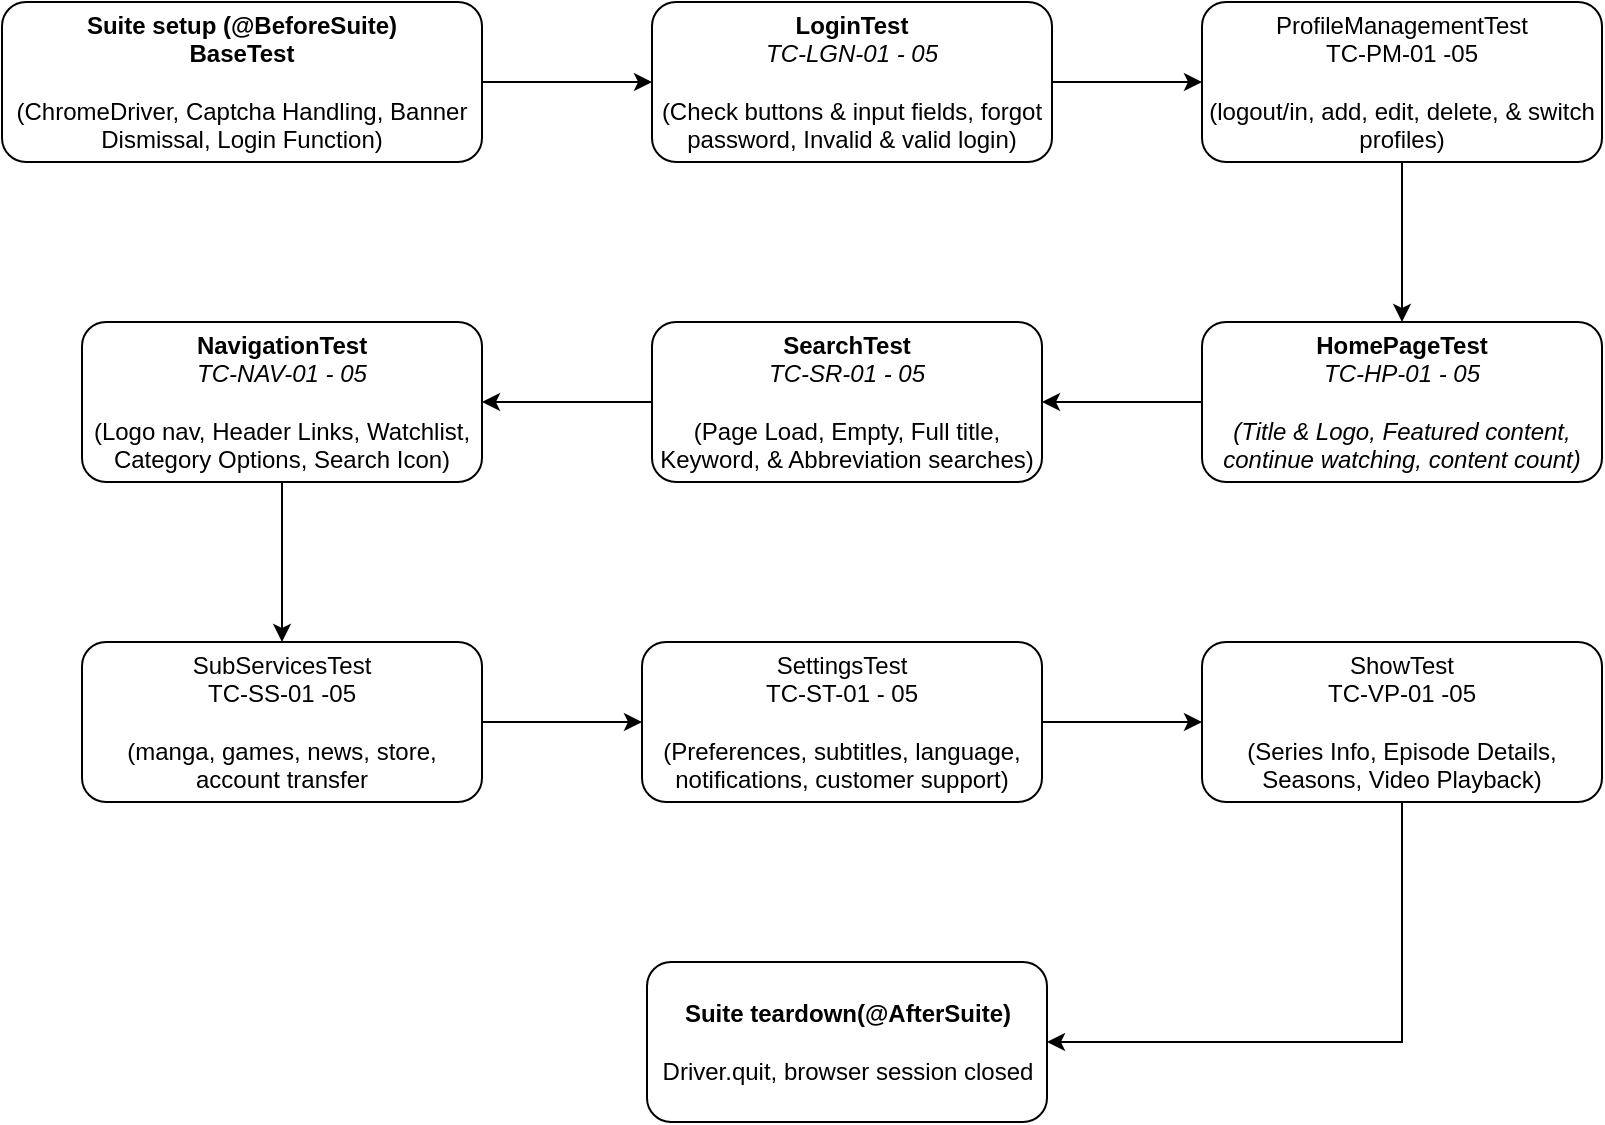
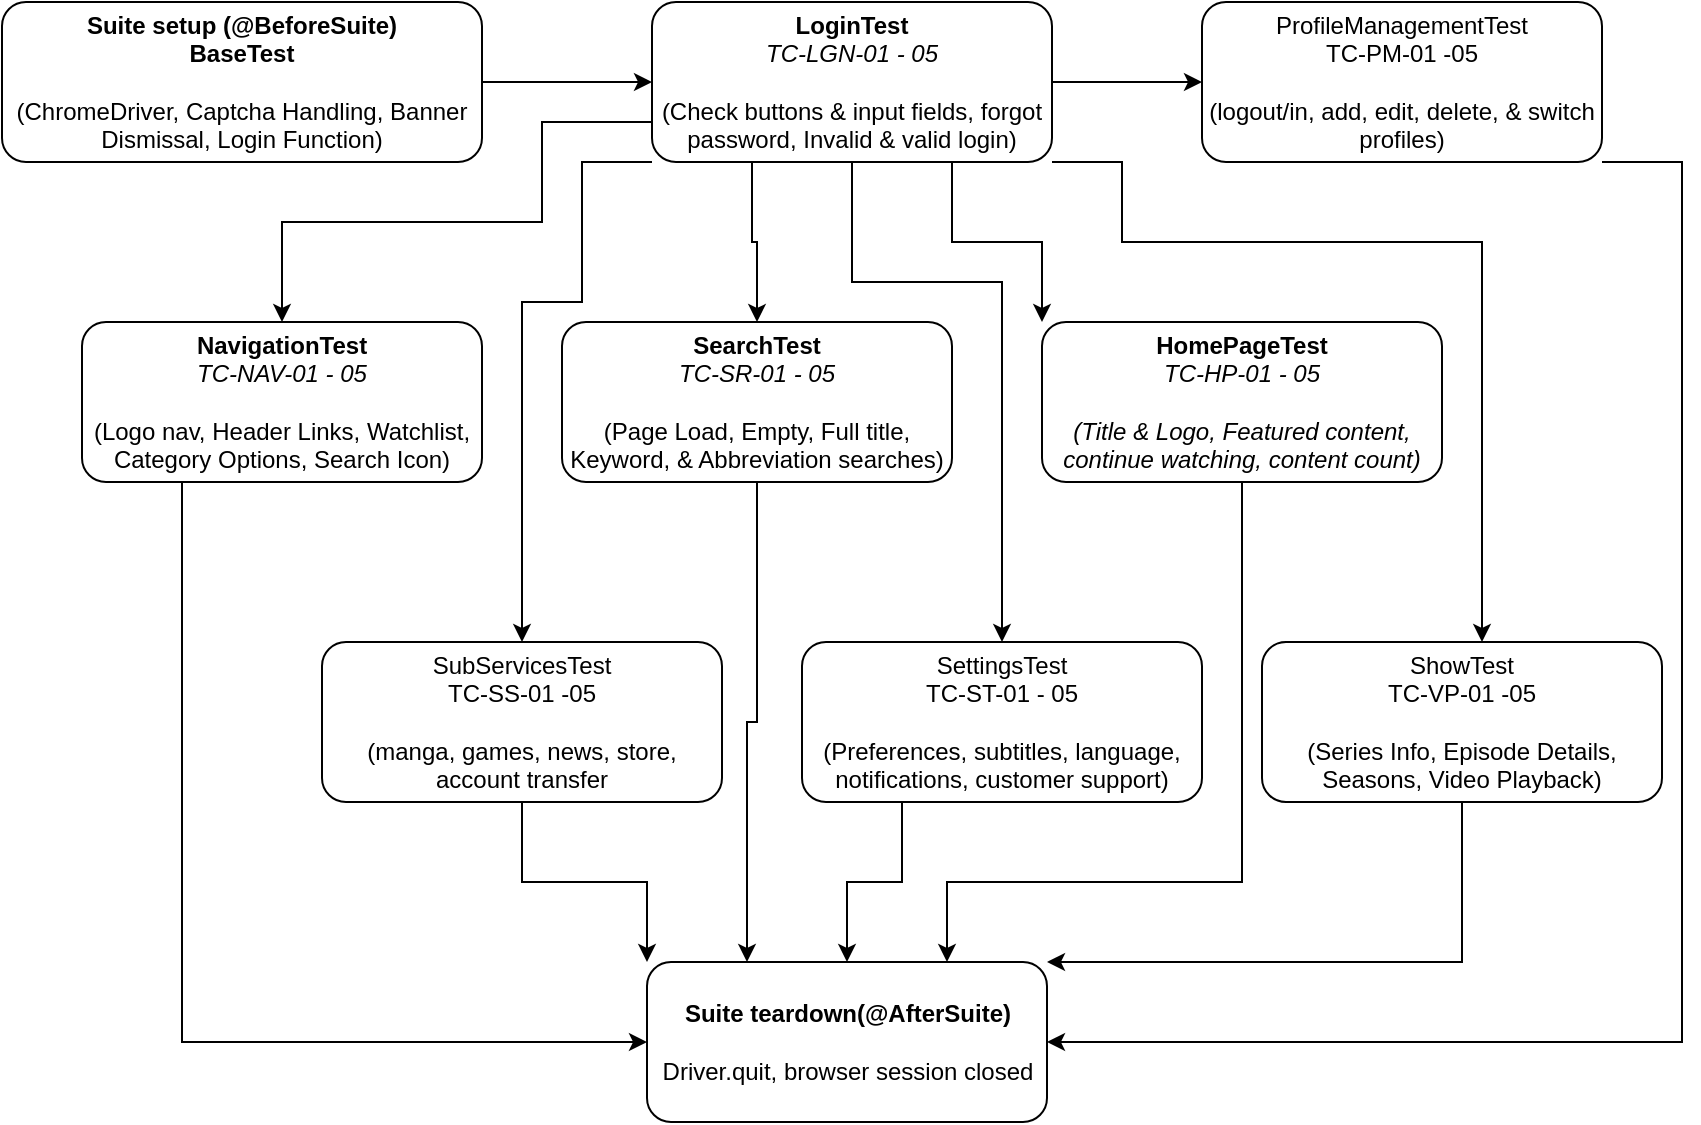
- ﻿<mxfile host="drawio-plugin" modified="2026-04-14T19:24:07.063Z" agent="Mozilla/5.0 (Windows NT 10.0; Win64; x64) AppleWebKit/537.36 (KHTML, like Gecko) Chrome/137.0.0.0 Safari/537.36" version="22.1.22" etag="rN7dX79DTuY-aH660Ls6" type="embed">
+ ﻿<mxfile host="drawio-plugin" modified="2026-04-18T14:48:27.896Z" agent="Mozilla/5.0 (Windows NT 10.0; Win64; x64) AppleWebKit/537.36 (KHTML, like Gecko) Chrome/137.0.0.0 Safari/537.36" etag="m7HiC4UbxnPUmxk0moRc" version="22.1.22" type="embed">
  <diagram id="prTf15WLXlH1mXH-APrN" name="Page-1">
-     <mxGraphModel dx="882" dy="718" grid="1" gridSize="10" guides="1" tooltips="1" connect="1" arrows="1" fold="1" page="1" pageScale="1" pageWidth="850" pageHeight="1100" math="0" shadow="0">
+     <mxGraphModel dx="1194" dy="628" grid="1" gridSize="10" guides="1" tooltips="1" connect="1" arrows="1" fold="1" page="1" pageScale="1" pageWidth="850" pageHeight="1100" math="0" shadow="0">
      <root>
        <mxCell id="0" />
        <mxCell id="1" parent="0" />
-         <mxCell id="8" style="edgeStyle=orthogonalEdgeStyle;rounded=0;orthogonalLoop=1;jettySize=auto;html=1;exitX=1;exitY=0.5;exitDx=0;exitDy=0;" edge="1" parent="1" source="3" target="4">
+         <mxCell id="8" style="edgeStyle=orthogonalEdgeStyle;rounded=0;orthogonalLoop=1;jettySize=auto;html=1;exitX=1;exitY=0.5;exitDx=0;exitDy=0;" parent="1" source="3" target="4" edge="1">
          <mxGeometry relative="1" as="geometry" />
        </mxCell>
-         <mxCell id="3" value="&lt;b&gt;Suite setup (@BeforeSuite)&lt;br&gt;BaseTest&lt;/b&gt;&lt;br&gt;&lt;br&gt;(ChromeDriver, Captcha Handling, Banner Dismissal, Login Function)" style="rounded=1;whiteSpace=wrap;html=1;" vertex="1" parent="1">
+         <mxCell id="3" value="&lt;b&gt;Suite setup (@BeforeSuite)&lt;br&gt;BaseTest&lt;/b&gt;&lt;br&gt;&lt;br&gt;(ChromeDriver, Captcha Handling, Banner Dismissal, Login Function)" style="rounded=1;whiteSpace=wrap;html=1;" parent="1" vertex="1">
          <mxGeometry y="40" width="240" height="80" as="geometry" />
        </mxCell>
-         <mxCell id="20" style="edgeStyle=orthogonalEdgeStyle;rounded=0;orthogonalLoop=1;jettySize=auto;html=1;exitX=1;exitY=0.5;exitDx=0;exitDy=0;" edge="1" parent="1" source="4" target="18">
+         <mxCell id="31" style="edgeStyle=orthogonalEdgeStyle;rounded=0;orthogonalLoop=1;jettySize=auto;html=1;exitX=0;exitY=0.75;exitDx=0;exitDy=0;entryX=0.5;entryY=0;entryDx=0;entryDy=0;" parent="1" source="4" target="6" edge="1">
+           <mxGeometry relative="1" as="geometry">
+             <Array as="points">
+               <mxPoint x="270" y="100" />
+               <mxPoint x="270" y="150" />
+               <mxPoint x="140" y="150" />
+             </Array>
+           </mxGeometry>
+         </mxCell>
+         <mxCell id="32" style="edgeStyle=orthogonalEdgeStyle;rounded=0;orthogonalLoop=1;jettySize=auto;html=1;exitX=0;exitY=1;exitDx=0;exitDy=0;" parent="1" source="4" target="16" edge="1">
+           <mxGeometry relative="1" as="geometry">
+             <Array as="points">
+               <mxPoint x="290" y="120" />
+               <mxPoint x="290" y="190" />
+               <mxPoint x="260" y="190" />
+             </Array>
+           </mxGeometry>
+         </mxCell>
+         <mxCell id="33" style="edgeStyle=orthogonalEdgeStyle;rounded=0;orthogonalLoop=1;jettySize=auto;html=1;exitX=0.25;exitY=1;exitDx=0;exitDy=0;entryX=0.5;entryY=0;entryDx=0;entryDy=0;" parent="1" source="4" target="7" edge="1">
          <mxGeometry relative="1" as="geometry" />
        </mxCell>
-         <mxCell id="4" value="&lt;b&gt;LoginTest&lt;/b&gt;&lt;br&gt;&lt;i&gt;TC-LGN-01 - 05&lt;/i&gt;&lt;br&gt;&lt;br&gt;(Check buttons &amp;amp; input fields, forgot password, Invalid &amp;amp; valid login)" style="rounded=1;whiteSpace=wrap;html=1;" vertex="1" parent="1">
+         <mxCell id="39" style="edgeStyle=orthogonalEdgeStyle;rounded=0;orthogonalLoop=1;jettySize=auto;html=1;exitX=1;exitY=0.5;exitDx=0;exitDy=0;" parent="1" source="4" target="18" edge="1">
+           <mxGeometry relative="1" as="geometry" />
+         </mxCell>
+         <mxCell id="41" style="edgeStyle=orthogonalEdgeStyle;rounded=0;orthogonalLoop=1;jettySize=auto;html=1;exitX=0.5;exitY=1;exitDx=0;exitDy=0;" parent="1" source="4" target="12" edge="1">
+           <mxGeometry relative="1" as="geometry">
+             <Array as="points">
+               <mxPoint x="425" y="180" />
+               <mxPoint x="500" y="180" />
+             </Array>
+           </mxGeometry>
+         </mxCell>
+         <mxCell id="43" style="edgeStyle=orthogonalEdgeStyle;rounded=0;orthogonalLoop=1;jettySize=auto;html=1;exitX=0.75;exitY=1;exitDx=0;exitDy=0;entryX=0;entryY=0;entryDx=0;entryDy=0;" parent="1" source="4" target="5" edge="1">
+           <mxGeometry relative="1" as="geometry" />
+         </mxCell>
+         <mxCell id="44" style="edgeStyle=orthogonalEdgeStyle;rounded=0;orthogonalLoop=1;jettySize=auto;html=1;exitX=1;exitY=1;exitDx=0;exitDy=0;" parent="1" source="4" target="14" edge="1">
+           <mxGeometry relative="1" as="geometry">
+             <Array as="points">
+               <mxPoint x="560" y="120" />
+               <mxPoint x="560" y="160" />
+               <mxPoint x="740" y="160" />
+             </Array>
+           </mxGeometry>
+         </mxCell>
+         <mxCell id="4" value="&lt;b&gt;LoginTest&lt;/b&gt;&lt;br&gt;&lt;i&gt;TC-LGN-01 - 05&lt;/i&gt;&lt;br&gt;&lt;br&gt;(Check buttons &amp;amp; input fields, forgot password, Invalid &amp;amp; valid login)" style="rounded=1;whiteSpace=wrap;html=1;" parent="1" vertex="1">
          <mxGeometry x="325" y="40" width="200" height="80" as="geometry" />
        </mxCell>
-         <mxCell id="22" style="edgeStyle=orthogonalEdgeStyle;rounded=0;orthogonalLoop=1;jettySize=auto;html=1;exitX=0;exitY=0.5;exitDx=0;exitDy=0;entryX=1;entryY=0.5;entryDx=0;entryDy=0;" edge="1" parent="1" source="5" target="7">
+         <mxCell id="53" style="edgeStyle=orthogonalEdgeStyle;rounded=0;orthogonalLoop=1;jettySize=auto;html=1;exitX=0.5;exitY=1;exitDx=0;exitDy=0;entryX=0.75;entryY=0;entryDx=0;entryDy=0;" parent="1" source="5" target="19" edge="1">
+           <mxGeometry relative="1" as="geometry">
+             <Array as="points">
+               <mxPoint x="620" y="480" />
+               <mxPoint x="473" y="480" />
+             </Array>
+           </mxGeometry>
+         </mxCell>
+         <mxCell id="5" value="&lt;b&gt;HomePageTest&lt;/b&gt;&lt;br&gt;&lt;i&gt;TC-HP-01 - 05&lt;br&gt;&lt;br&gt;(Title &amp;amp; Logo, Featured content, continue watching, content count)&lt;br&gt;&lt;/i&gt;" style="rounded=1;whiteSpace=wrap;html=1;" parent="1" vertex="1">
+           <mxGeometry x="520" y="200" width="200" height="80" as="geometry" />
+         </mxCell>
+         <mxCell id="45" style="edgeStyle=orthogonalEdgeStyle;rounded=0;orthogonalLoop=1;jettySize=auto;html=1;exitX=0.25;exitY=1;exitDx=0;exitDy=0;entryX=0;entryY=0.5;entryDx=0;entryDy=0;" parent="1" source="6" target="19" edge="1">
          <mxGeometry relative="1" as="geometry" />
        </mxCell>
-         <mxCell id="5" value="&lt;b&gt;HomePageTest&lt;/b&gt;&lt;br&gt;&lt;i&gt;TC-HP-01 - 05&lt;br&gt;&lt;br&gt;(Title &amp;amp; Logo, Featured content, continue watching, content count)&lt;br&gt;&lt;/i&gt;" style="rounded=1;whiteSpace=wrap;html=1;" vertex="1" parent="1">
-           <mxGeometry x="600" y="200" width="200" height="80" as="geometry" />
+         <mxCell id="6" value="&lt;b&gt;NavigationTest&lt;/b&gt;&lt;br&gt;&lt;i&gt;TC-NAV-01 - 05&lt;br&gt;&lt;/i&gt;&lt;br&gt;(Logo nav, Header Links, Watchlist, Category Options, Search Icon)" style="rounded=1;whiteSpace=wrap;html=1;" parent="1" vertex="1">
+           <mxGeometry x="40" y="200" width="200" height="80" as="geometry" />
        </mxCell>
-         <mxCell id="25" style="edgeStyle=orthogonalEdgeStyle;rounded=0;orthogonalLoop=1;jettySize=auto;html=1;exitX=0.5;exitY=1;exitDx=0;exitDy=0;entryX=0.5;entryY=0;entryDx=0;entryDy=0;" edge="1" parent="1" source="6" target="16">
+         <mxCell id="47" style="edgeStyle=orthogonalEdgeStyle;rounded=0;orthogonalLoop=1;jettySize=auto;html=1;exitX=0.5;exitY=1;exitDx=0;exitDy=0;entryX=0.25;entryY=0;entryDx=0;entryDy=0;" parent="1" source="7" target="19" edge="1">
          <mxGeometry relative="1" as="geometry" />
        </mxCell>
-         <mxCell id="6" value="&lt;b&gt;NavigationTest&lt;/b&gt;&lt;br&gt;&lt;i&gt;TC-NAV-01 - 05&lt;br&gt;&lt;/i&gt;&lt;br&gt;(Logo nav, Header Links, Watchlist, Category Options, Search Icon)" style="rounded=1;whiteSpace=wrap;html=1;" vertex="1" parent="1">
-           <mxGeometry x="40" y="200" width="200" height="80" as="geometry" />
+         <mxCell id="7" value="&lt;b&gt;SearchTest&lt;/b&gt;&lt;br&gt;&lt;i&gt;TC-SR-01 - 05&lt;br&gt;&lt;/i&gt;&lt;br&gt;(Page Load, Empty, Full title, Keyword, &amp;amp; Abbreviation searches)" style="rounded=1;whiteSpace=wrap;html=1;" parent="1" vertex="1">
+           <mxGeometry x="280" y="200" width="195" height="80" as="geometry" />
        </mxCell>
-         <mxCell id="23" style="edgeStyle=orthogonalEdgeStyle;rounded=0;orthogonalLoop=1;jettySize=auto;html=1;exitX=0;exitY=0.5;exitDx=0;exitDy=0;entryX=1;entryY=0.5;entryDx=0;entryDy=0;" edge="1" parent="1" source="7" target="6">
+         <mxCell id="51" style="edgeStyle=orthogonalEdgeStyle;rounded=0;orthogonalLoop=1;jettySize=auto;html=1;exitX=0.25;exitY=1;exitDx=0;exitDy=0;" parent="1" source="12" target="19" edge="1">
          <mxGeometry relative="1" as="geometry" />
        </mxCell>
-         <mxCell id="7" value="&lt;b&gt;SearchTest&lt;/b&gt;&lt;br&gt;&lt;i&gt;TC-SR-01 - 05&lt;br&gt;&lt;/i&gt;&lt;br&gt;(Page Load, Empty, Full title, Keyword, &amp;amp; Abbreviation searches)" style="rounded=1;whiteSpace=wrap;html=1;" vertex="1" parent="1">
-           <mxGeometry x="325" y="200" width="195" height="80" as="geometry" />
+         <mxCell id="12" value="SettingsTest&lt;br&gt;TC-ST-01 - 05&lt;br&gt;&lt;br&gt;(Preferences, subtitles, language, notifications, customer support)" style="rounded=1;whiteSpace=wrap;html=1;" parent="1" vertex="1">
+           <mxGeometry x="400" y="360" width="200" height="80" as="geometry" />
        </mxCell>
-         <mxCell id="27" style="edgeStyle=orthogonalEdgeStyle;rounded=0;orthogonalLoop=1;jettySize=auto;html=1;exitX=1;exitY=0.5;exitDx=0;exitDy=0;entryX=0;entryY=0.5;entryDx=0;entryDy=0;" edge="1" parent="1" source="12" target="14">
+         <mxCell id="54" style="edgeStyle=orthogonalEdgeStyle;rounded=0;orthogonalLoop=1;jettySize=auto;html=1;exitX=0.5;exitY=1;exitDx=0;exitDy=0;entryX=1;entryY=0;entryDx=0;entryDy=0;" parent="1" source="14" target="19" edge="1">
+           <mxGeometry relative="1" as="geometry">
+             <Array as="points">
+               <mxPoint x="730" y="520" />
+             </Array>
+           </mxGeometry>
+         </mxCell>
+         <mxCell id="14" value="ShowTest&lt;br&gt;TC-VP-01 -05&lt;br&gt;&lt;br&gt;(Series Info, Episode Details, Seasons, Video Playback)" style="rounded=1;whiteSpace=wrap;html=1;" parent="1" vertex="1">
+           <mxGeometry x="630" y="360" width="200" height="80" as="geometry" />
+         </mxCell>
+         <mxCell id="46" style="edgeStyle=orthogonalEdgeStyle;rounded=0;orthogonalLoop=1;jettySize=auto;html=1;exitX=0.5;exitY=1;exitDx=0;exitDy=0;entryX=0;entryY=0;entryDx=0;entryDy=0;" parent="1" source="16" target="19" edge="1">
          <mxGeometry relative="1" as="geometry" />
        </mxCell>
-         <mxCell id="12" value="SettingsTest&lt;br&gt;TC-ST-01 - 05&lt;br&gt;&lt;br&gt;(Preferences, subtitles, language, notifications, customer support)" style="rounded=1;whiteSpace=wrap;html=1;" vertex="1" parent="1">
-           <mxGeometry x="320" y="360" width="200" height="80" as="geometry" />
+         <mxCell id="16" value="SubServicesTest&lt;br&gt;TC-SS-01 -05&lt;br&gt;&lt;br&gt;(manga, games, news, store, account transfer" style="rounded=1;whiteSpace=wrap;html=1;" parent="1" vertex="1">
+           <mxGeometry x="160" y="360" width="200" height="80" as="geometry" />
        </mxCell>
-         <mxCell id="28" style="edgeStyle=orthogonalEdgeStyle;rounded=0;orthogonalLoop=1;jettySize=auto;html=1;exitX=0.5;exitY=1;exitDx=0;exitDy=0;entryX=1;entryY=0.5;entryDx=0;entryDy=0;" edge="1" parent="1" source="14" target="19">
-           <mxGeometry relative="1" as="geometry" />
+         <mxCell id="55" style="edgeStyle=orthogonalEdgeStyle;rounded=0;orthogonalLoop=1;jettySize=auto;html=1;exitX=1;exitY=1;exitDx=0;exitDy=0;entryX=1;entryY=0.5;entryDx=0;entryDy=0;" edge="1" parent="1" source="18" target="19">
+           <mxGeometry relative="1" as="geometry">
+             <Array as="points">
+               <mxPoint x="840" y="120" />
+               <mxPoint x="840" y="560" />
+             </Array>
+           </mxGeometry>
        </mxCell>
-         <mxCell id="14" value="ShowTest&lt;br&gt;TC-VP-01 -05&lt;br&gt;&lt;br&gt;(Series Info, Episode Details, Seasons, Video Playback)" style="rounded=1;whiteSpace=wrap;html=1;" vertex="1" parent="1">
-           <mxGeometry x="600" y="360" width="200" height="80" as="geometry" />
-         </mxCell>
-         <mxCell id="26" style="edgeStyle=orthogonalEdgeStyle;rounded=0;orthogonalLoop=1;jettySize=auto;html=1;exitX=1;exitY=0.5;exitDx=0;exitDy=0;entryX=0;entryY=0.5;entryDx=0;entryDy=0;" edge="1" parent="1" source="16" target="12">
-           <mxGeometry relative="1" as="geometry" />
-         </mxCell>
-         <mxCell id="16" value="SubServicesTest&lt;br&gt;TC-SS-01 -05&lt;br&gt;&lt;br&gt;(manga, games, news, store, account transfer" style="rounded=1;whiteSpace=wrap;html=1;" vertex="1" parent="1">
-           <mxGeometry x="40" y="360" width="200" height="80" as="geometry" />
-         </mxCell>
-         <mxCell id="21" style="edgeStyle=orthogonalEdgeStyle;rounded=0;orthogonalLoop=1;jettySize=auto;html=1;exitX=0.5;exitY=1;exitDx=0;exitDy=0;entryX=0.5;entryY=0;entryDx=0;entryDy=0;" edge="1" parent="1" source="18" target="5">
-           <mxGeometry relative="1" as="geometry" />
-         </mxCell>
-         <mxCell id="18" value="ProfileManagementTest&lt;br&gt;TC-PM-01 -05&lt;br&gt;&lt;br&gt;(logout/in, add, edit, delete, &amp;amp; switch profiles)" style="rounded=1;whiteSpace=wrap;html=1;" vertex="1" parent="1">
+         <mxCell id="18" value="ProfileManagementTest&lt;br&gt;TC-PM-01 -05&lt;br&gt;&lt;br&gt;(logout/in, add, edit, delete, &amp;amp; switch profiles)" style="rounded=1;whiteSpace=wrap;html=1;" parent="1" vertex="1">
          <mxGeometry x="600" y="40" width="200" height="80" as="geometry" />
        </mxCell>
-         <mxCell id="19" value="&lt;b&gt;Suite teardown(@AfterSuite)&lt;/b&gt;&lt;br&gt;&lt;br&gt;Driver.quit, browser session closed" style="rounded=1;whiteSpace=wrap;html=1;" vertex="1" parent="1">
+         <mxCell id="19" value="&lt;b&gt;Suite teardown(@AfterSuite)&lt;/b&gt;&lt;br&gt;&lt;br&gt;Driver.quit, browser session closed" style="rounded=1;whiteSpace=wrap;html=1;" parent="1" vertex="1">
          <mxGeometry x="322.5" y="520" width="200" height="80" as="geometry" />
        </mxCell>
      </root>
    </mxGraphModel>
  </diagram>
</mxfile>
